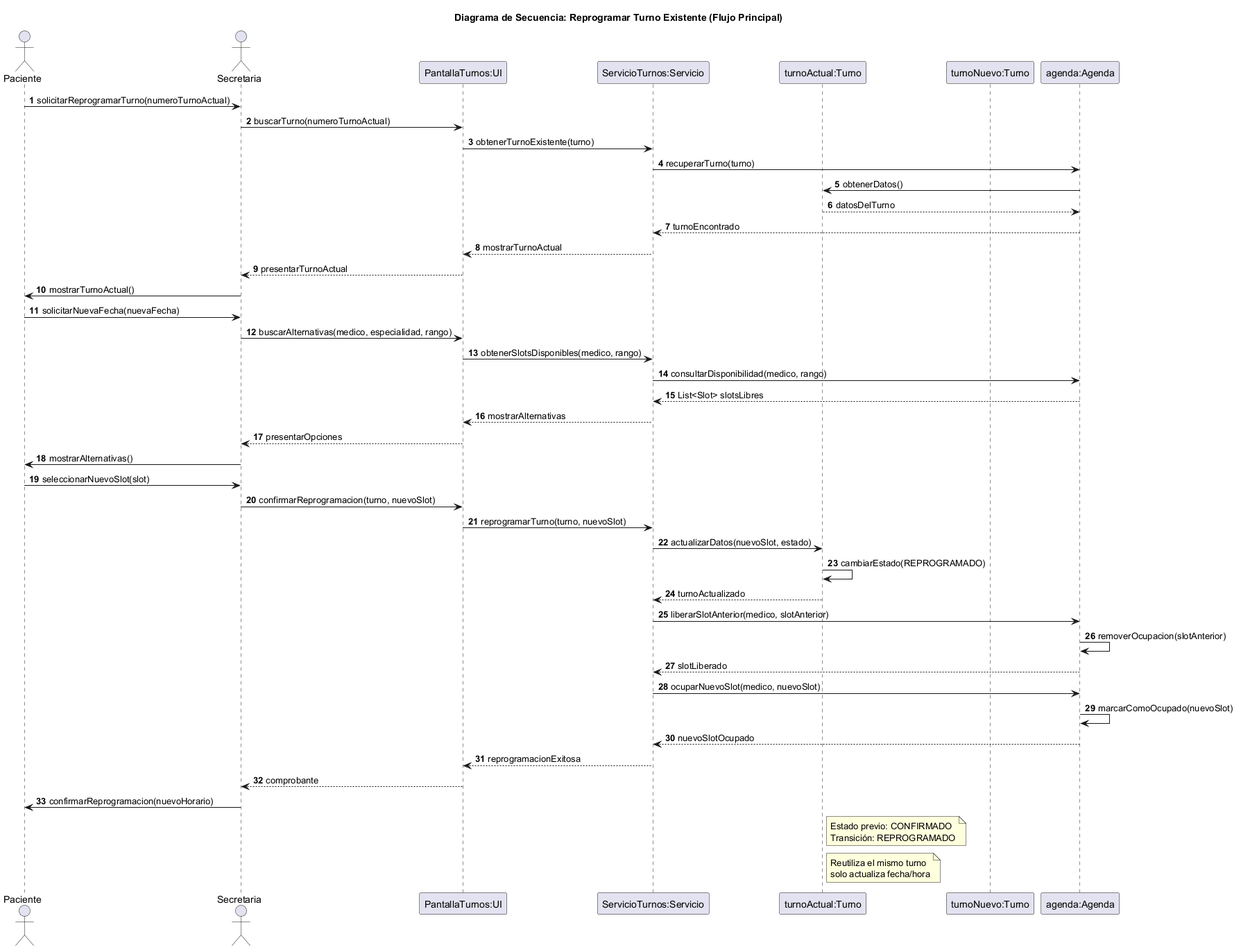
Before: diagramas/05-diagramas-secuencia/05-secuencia-reprogramar-turno-flujo-principal-02.png, a diagram exported from PlantUML (Purezaamor/SistemaTurnosMedicos).
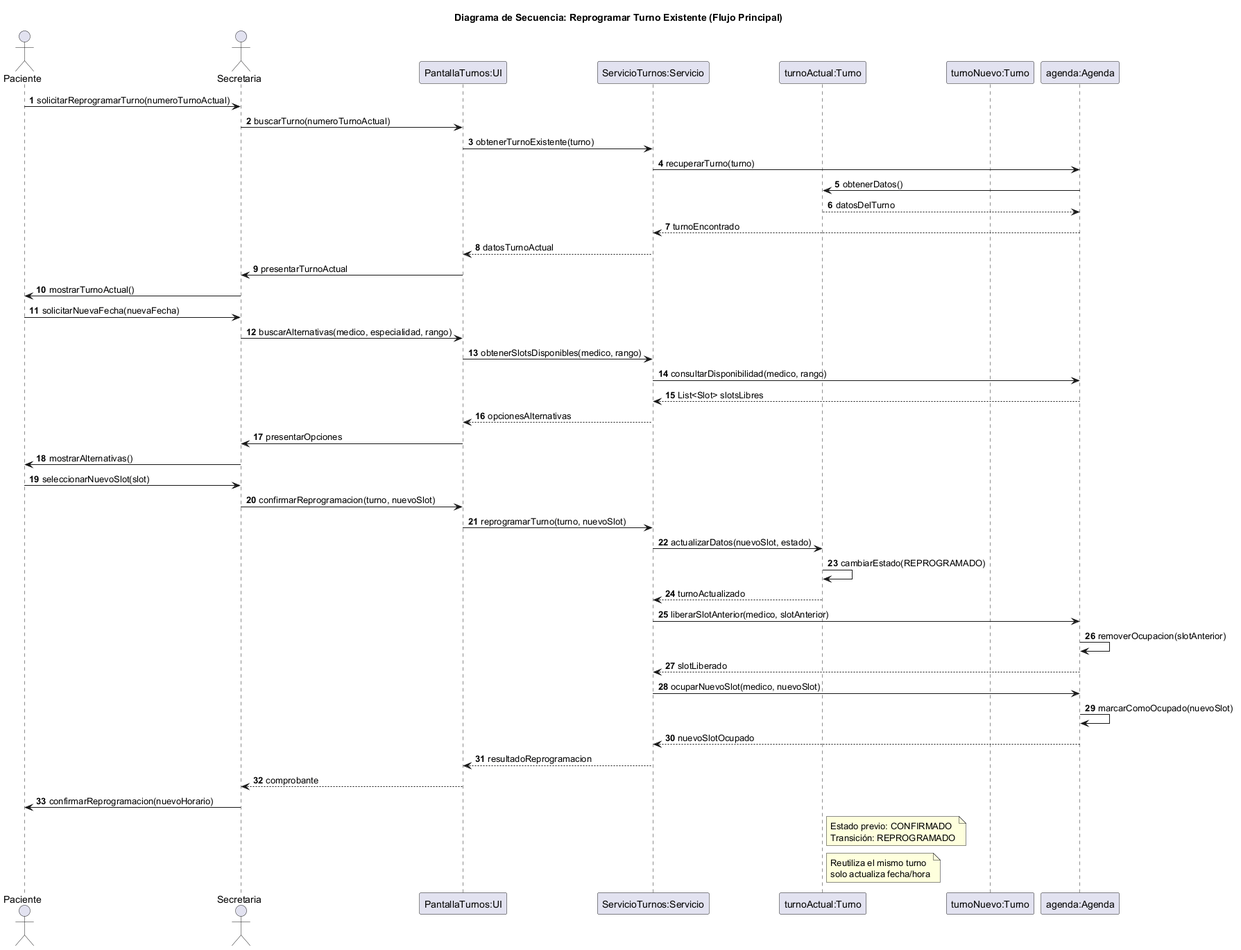
The same diagram one commit later.

Commit message:
Se corrigen archivos diagramas-secuencia

What changed in the source:
```diff
@@ -18,16 +18,16 @@
 Agenda -> TurnoAct: obtenerDatos()
 TurnoAct --> Agenda: datosDelTurno
 Agenda --> Servicio: turnoEncontrado
-Servicio --> UI: mostrarTurnoActual
-UI --> Secretaria: presentarTurnoActual
+Servicio --> UI: datosTurnoActual
+UI -> Secretaria: presentarTurnoActual
 Secretaria -> Paciente: mostrarTurnoActual()
 Paciente -> Secretaria: solicitarNuevaFecha(nuevaFecha)
 Secretaria -> UI: buscarAlternativas(medico, especialidad, rango)
 UI -> Servicio: obtenerSlotsDisponibles(medico, rango)
 Servicio -> Agenda: consultarDisponibilidad(medico, rango)
 Agenda --> Servicio: List<Slot> slotsLibres
-Servicio --> UI: mostrarAlternativas
-UI --> Secretaria: presentarOpciones
+Servicio --> UI: opcionesAlternativas
+UI -> Secretaria: presentarOpciones
 Secretaria -> Paciente: mostrarAlternativas()
 Paciente -> Secretaria: seleccionarNuevoSlot(slot)
 Secretaria -> UI: confirmarReprogramacion(turno, nuevoSlot)
@@ -41,7 +41,7 @@
 Servicio -> Agenda: ocuparNuevoSlot(medico, nuevoSlot)
 Agenda -> Agenda: marcarComoOcupado(nuevoSlot)
 Agenda --> Servicio: nuevoSlotOcupado
-Servicio --> UI: reprogramacionExitosa
+Servicio --> UI: resultadoReprogramacion
 UI --> Secretaria: comprobante
 Secretaria -> Paciente: confirmarReprogramacion(nuevoHorario)
 
```
